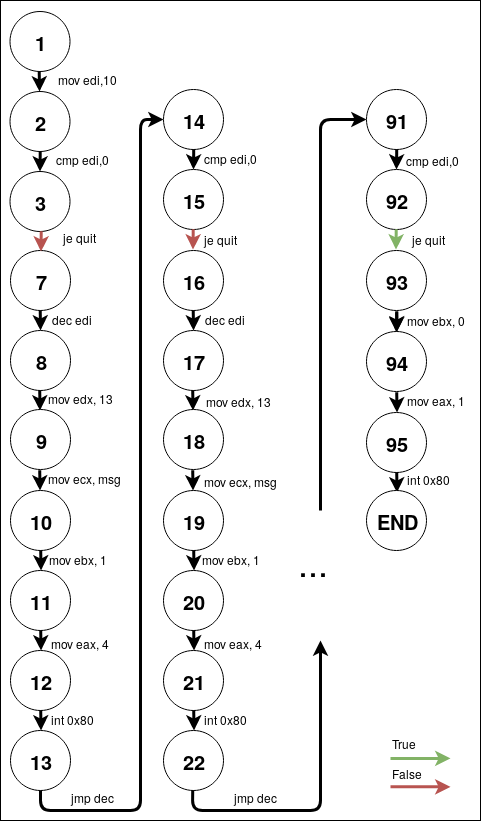
pythonpsycho1337/Master-Thesis keeps this draw.io diagram as Images/CFA.png. Above is the earlier version. Source tidied: cells renumbered, new cells last; positions are measured from the earlier drawing's top-left corner, leaving out a move shared by most shapes.
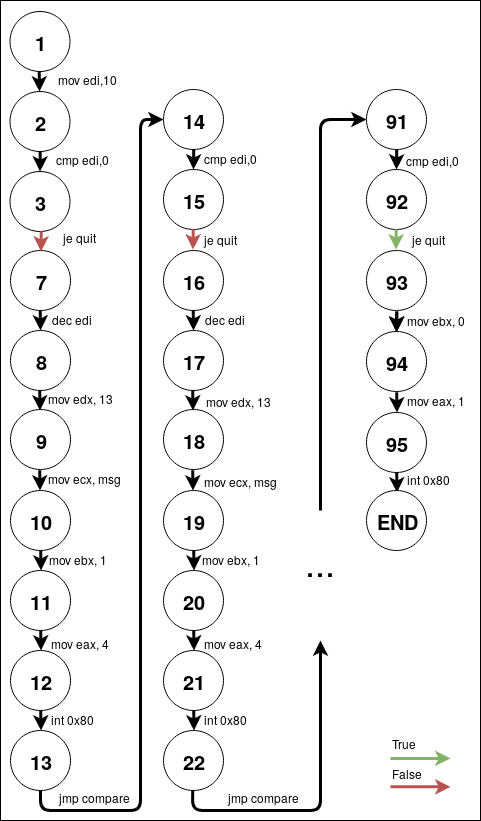
After the commit.

The edit, as a diff of the source:
```diff
@@ -236,14 +236,14 @@
     <mxCell id="59" value="mov ecx, msg" style="text;html=1;align=left;verticalAlign=top;spacingTop=-4;" parent="1" vertex="1">
       <mxGeometry x="202" y="472" width="90" height="20" as="geometry" />
     </mxCell>
-    <mxCell id="60" value="jmp dec" style="text;html=1;" parent="1" vertex="1">
-      <mxGeometry x="69" y="784" width="49" height="30" as="geometry" />
+    <mxCell id="60" value="jmp compare" style="text;html=1;" parent="1" vertex="1">
+      <mxGeometry x="57" y="784" width="49" height="30" as="geometry" />
     </mxCell>
     <mxCell id="61" value="&lt;font style=&quot;font-size: 20px&quot;&gt;&lt;b&gt;93&lt;/b&gt;&lt;/font&gt;" style="ellipse;whiteSpace=wrap;html=1;direction=south;" parent="1" vertex="1">
       <mxGeometry x="366" y="250" width="60" height="60" as="geometry" />
     </mxCell>
     <mxCell id="62" value="&lt;font style=&quot;font-size: 36px&quot;&gt;...&lt;/font&gt;" style="text;html=1;align=left;verticalAlign=top;spacingTop=-4;" parent="1" vertex="1">
-      <mxGeometry x="296" y="537" width="50" height="30" as="geometry" />
+      <mxGeometry x="303" y="537" width="50" height="30" as="geometry" />
     </mxCell>
     <mxCell id="63" value="&lt;font style=&quot;font-size: 20px&quot;&gt;&lt;b&gt;14&lt;/b&gt;&lt;/font&gt;" style="ellipse;whiteSpace=wrap;html=1;" parent="1" vertex="1">
       <mxGeometry x="163" y="89" width="60" height="60" as="geometry" />
@@ -318,8 +318,8 @@
         </Array>
       </mxGeometry>
     </mxCell>
-    <mxCell id="78" value="jmp dec" style="text;html=1;" parent="1" vertex="1">
-      <mxGeometry x="232" y="784" width="49" height="30" as="geometry" />
+    <mxCell id="78" value="jmp compare" style="text;html=1;" parent="1" vertex="1">
+      <mxGeometry x="226" y="784" width="49" height="30" as="geometry" />
     </mxCell>
     <mxCell id="79" style="endArrow=classic;html=1;strokeWidth=3;fillColor=#f8cecc;strokeColor=#b85450;" parent="1" edge="1">
       <mxGeometry relative="1" as="geometry">
```
